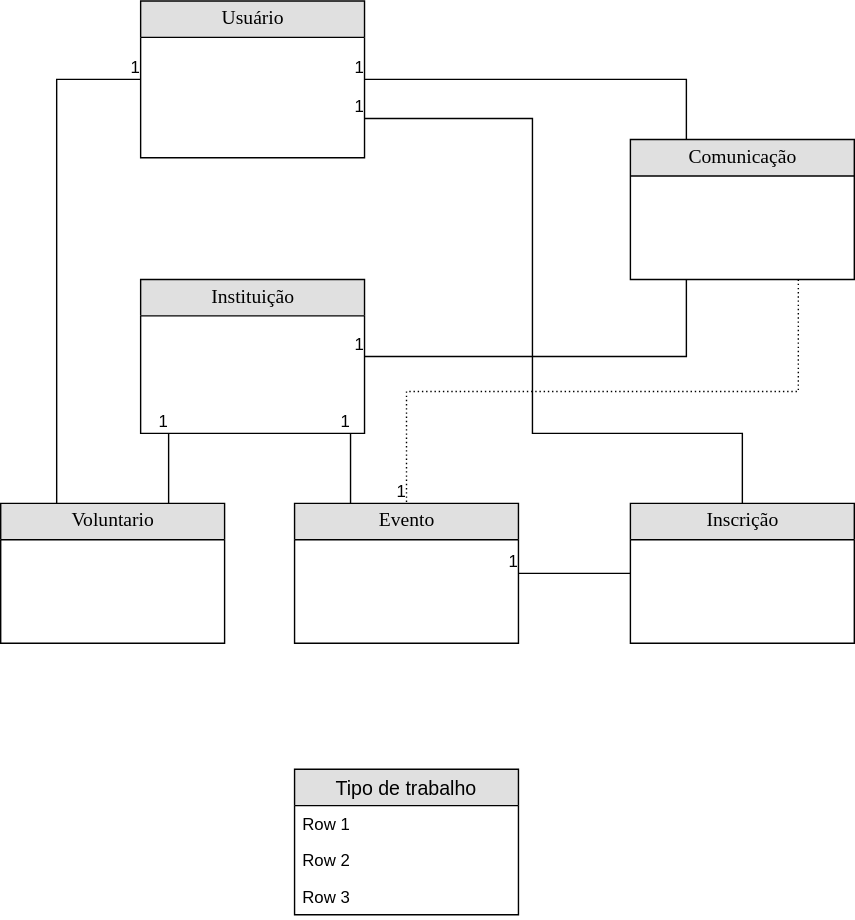
The draw.io diagram Diagramas/MER_base.drawio.svg in frbatist/VemDoBem.Api, before a commit. Source tidied: cells renumbered, new cells last; positions are measured from the earlier drawing's top-left corner, leaving out a move shared by most shapes.
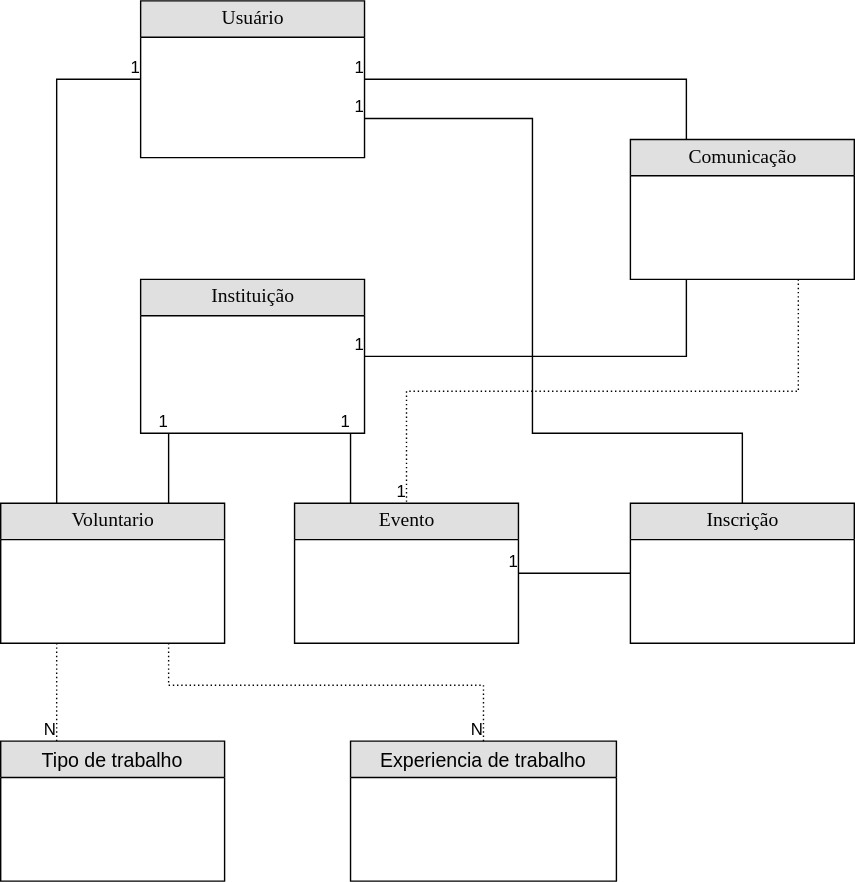
After the commit.

Commit message:
atualizações no diagrama

The edit, as a diff of the source:
```diff
@@ -2,19 +2,19 @@
   <root>
     <mxCell id="0" />
     <mxCell id="1" parent="0" />
-    <mxCell id="2" value="&lt;div&gt;Usuário&lt;/div&gt;" style="swimlane;html=1;fontStyle=0;horizontal=1;startSize=26;fillColor=#e0e0e0;swimlaneFillColor=#ffffff;align=center;rounded=0;shadow=0;comic=0;labelBackgroundColor=none;strokeWidth=1;fontFamily=Verdana;fontSize=14;" parent="1" vertex="1">
+    <mxCell id="2" value="&lt;div&gt;Usuário&lt;/div&gt;" style="swimlane;html=1;fontStyle=0;horizontal=1;startSize=26;fillColor=#e0e0e0;swimlaneFillColor=#ffffff;align=center;rounded=0;shadow=0;comic=0;labelBackgroundColor=none;strokeWidth=1;fontFamily=Verdana;fontSize=14;fontColor=#050505;" parent="1" vertex="1">
       <mxGeometry x="100" width="160" height="112" as="geometry" />
     </mxCell>
-    <mxCell id="3" value="Instituição" style="swimlane;html=1;fontStyle=0;horizontal=1;startSize=26;fillColor=#e0e0e0;swimlaneFillColor=#ffffff;align=center;rounded=0;shadow=0;comic=0;labelBackgroundColor=none;strokeWidth=1;fontFamily=Verdana;fontSize=14;swimlaneLine=1;" parent="1" vertex="1">
+    <mxCell id="3" value="Instituição" style="swimlane;html=1;fontStyle=0;horizontal=1;startSize=26;fillColor=#e0e0e0;swimlaneFillColor=#ffffff;align=center;rounded=0;shadow=0;comic=0;labelBackgroundColor=none;strokeWidth=1;fontFamily=Verdana;fontSize=14;swimlaneLine=1;fontColor=#050505;" parent="1" vertex="1">
       <mxGeometry x="100" y="199" width="160" height="110" as="geometry" />
     </mxCell>
     <mxCell id="4" style="shape=partialRectangle;top=0;left=0;right=0;bottom=0;html=1;align=left;verticalAlign=top;fillColor=none;spacingLeft=34;spacingRight=4;whiteSpace=wrap;overflow=hidden;" parent="3" vertex="1">
       <mxGeometry y="26" width="160" height="10" as="geometry" />
     </mxCell>
-    <mxCell id="5" value="Voluntario" style="swimlane;html=1;fontStyle=0;horizontal=1;startSize=26;fillColor=#e0e0e0;swimlaneFillColor=#ffffff;align=center;rounded=0;shadow=0;comic=0;labelBackgroundColor=none;strokeWidth=1;fontFamily=Verdana;fontSize=14;" parent="1" vertex="1">
+    <mxCell id="5" value="Voluntario" style="swimlane;html=1;fontStyle=0;horizontal=1;startSize=26;fillColor=#e0e0e0;swimlaneFillColor=#ffffff;align=center;rounded=0;shadow=0;comic=0;labelBackgroundColor=none;strokeWidth=1;fontFamily=Verdana;fontSize=14;fontColor=#050505;" parent="1" vertex="1">
       <mxGeometry y="359" width="160" height="100" as="geometry" />
     </mxCell>
-    <mxCell id="6" value="Evento" style="swimlane;html=1;fontStyle=0;horizontal=1;startSize=26;fillColor=#e0e0e0;swimlaneFillColor=#ffffff;align=center;rounded=0;shadow=0;comic=0;labelBackgroundColor=none;strokeWidth=1;fontFamily=Verdana;fontSize=14;" parent="1" vertex="1">
+    <mxCell id="6" value="Evento" style="swimlane;html=1;fontStyle=0;horizontal=1;startSize=26;fillColor=#e0e0e0;swimlaneFillColor=#ffffff;align=center;rounded=0;shadow=0;comic=0;labelBackgroundColor=none;strokeWidth=1;fontFamily=Verdana;fontSize=14;fontColor=#050505;" parent="1" vertex="1">
       <mxGeometry x="210" y="359" width="160" height="100" as="geometry" />
     </mxCell>
     <mxCell id="7" style="endArrow=none;html=1;rounded=0;exitX=0.25;exitY=0;exitDx=0;exitDy=0;entryX=0;entryY=0.5;entryDx=0;entryDy=0;" parent="1" edge="1" source="5" target="2">
@@ -52,7 +52,7 @@
     <mxCell id="15" value="1" style="html=1;align=right;verticalAlign=bottom;" parent="14" vertex="1">
       <mxGeometry x="1" relative="1" as="geometry" />
     </mxCell>
-    <mxCell id="16" value="&lt;div&gt;Comunicação&lt;/div&gt;" style="swimlane;html=1;fontStyle=0;horizontal=1;startSize=26;fillColor=#e0e0e0;swimlaneFillColor=#ffffff;align=center;rounded=0;shadow=0;comic=0;labelBackgroundColor=none;strokeWidth=1;fontFamily=Verdana;fontSize=14;" parent="1" vertex="1">
+    <mxCell id="16" value="&lt;div&gt;Comunicação&lt;/div&gt;" style="swimlane;html=1;fontStyle=0;horizontal=1;startSize=26;fillColor=#e0e0e0;swimlaneFillColor=#ffffff;align=center;rounded=0;shadow=0;comic=0;labelBackgroundColor=none;strokeWidth=1;fontFamily=Verdana;fontSize=14;fontColor=#050505;" parent="1" vertex="1">
       <mxGeometry x="450" y="99" width="160" height="100" as="geometry" />
     </mxCell>
     <mxCell id="17" style="endArrow=none;html=1;rounded=0;exitX=0.25;exitY=0;exitDx=0;exitDy=0;entryX=1;entryY=0.5;entryDx=0;entryDy=0;" parent="1" edge="1" source="16" target="2">
@@ -98,17 +98,32 @@
     <mxCell id="24" value="1" style="html=1;align=right;verticalAlign=bottom;" parent="23" vertex="1">
       <mxGeometry x="1" relative="1" as="geometry" />
     </mxCell>
+    <mxCell id="29" style="endArrow=none;html=1;rounded=0;dashed=1;dashPattern=1 2;fontColor=#050505;exitX=0.25;exitY=1;exitDx=0;exitDy=0;entryX=0.25;entryY=0;entryDx=0;entryDy=0;" parent="1" edge="1" source="5" target="25">
+      <mxGeometry relative="1" as="geometry">
+        <Array as="points">
+          <mxPoint x="40" y="489" />
+        </Array>
+      </mxGeometry>
+    </mxCell>
+    <mxCell id="30" value="N" style="html=1;align=right;verticalAlign=bottom;" parent="29" vertex="1">
+      <mxGeometry x="1" relative="1" as="geometry" />
+    </mxCell>
+    <mxCell id="31" value="Experiencia de trabalho" style="swimlane;fontStyle=0;horizontal=1;startSize=26;align=center;fontSize=14;fillColor=#E0E0E0;fontColor=#000000;swimlaneFillColor=#ffffff;" parent="1" vertex="1">
+      <mxGeometry x="250" y="529" width="190" height="100" as="geometry" />
+    </mxCell>
+    <mxCell id="32" style="endArrow=none;html=1;rounded=0;dashed=1;dashPattern=1 2;fontColor=#050505;exitX=0.75;exitY=1;exitDx=0;exitDy=0;entryX=0.5;entryY=0;entryDx=0;entryDy=0;" parent="1" edge="1" source="5" target="31">
+      <mxGeometry relative="1" as="geometry">
+        <Array as="points">
+          <mxPoint x="120" y="489" />
+          <mxPoint x="345" y="489" />
+        </Array>
+      </mxGeometry>
+    </mxCell>
+    <mxCell id="33" value="N" style="html=1;align=right;verticalAlign=bottom;" parent="32" vertex="1">
+      <mxGeometry x="1" relative="1" as="geometry" />
+    </mxCell>
     <mxCell id="25" value="Tipo de trabalho" style="swimlane;fontStyle=0;horizontal=1;startSize=26;align=center;fontSize=14;fillColor=#E0E0E0;fontColor=#000000;swimlaneFillColor=#ffffff;" parent="1" vertex="1">
-      <mxGeometry x="210" y="549" width="160" height="104" as="geometry" />
+      <mxGeometry y="529" width="160" height="100" as="geometry" />
     </mxCell>
-    <mxCell id="26" value="Row 1" style="text;strokeColor=none;fillColor=none;spacingLeft=4;spacingRight=4;overflow=hidden;fontSize=12;" parent="25" vertex="1">
-      <mxGeometry y="26" width="160" height="26" as="geometry" />
-    </mxCell>
-    <mxCell id="27" value="Row 2" style="text;strokeColor=none;fillColor=none;spacingLeft=4;spacingRight=4;overflow=hidden;fontSize=12;" parent="25" vertex="1">
-      <mxGeometry y="52" width="160" height="26" as="geometry" />
-    </mxCell>
-    <mxCell id="28" value="Row 3" style="text;strokeColor=none;fillColor=none;spacingLeft=4;spacingRight=4;overflow=hidden;fontSize=12;" parent="25" vertex="1">
-      <mxGeometry y="78" width="160" height="26" as="geometry" />
-    </mxCell>
   </root>
 </mxGraphModel>
```
